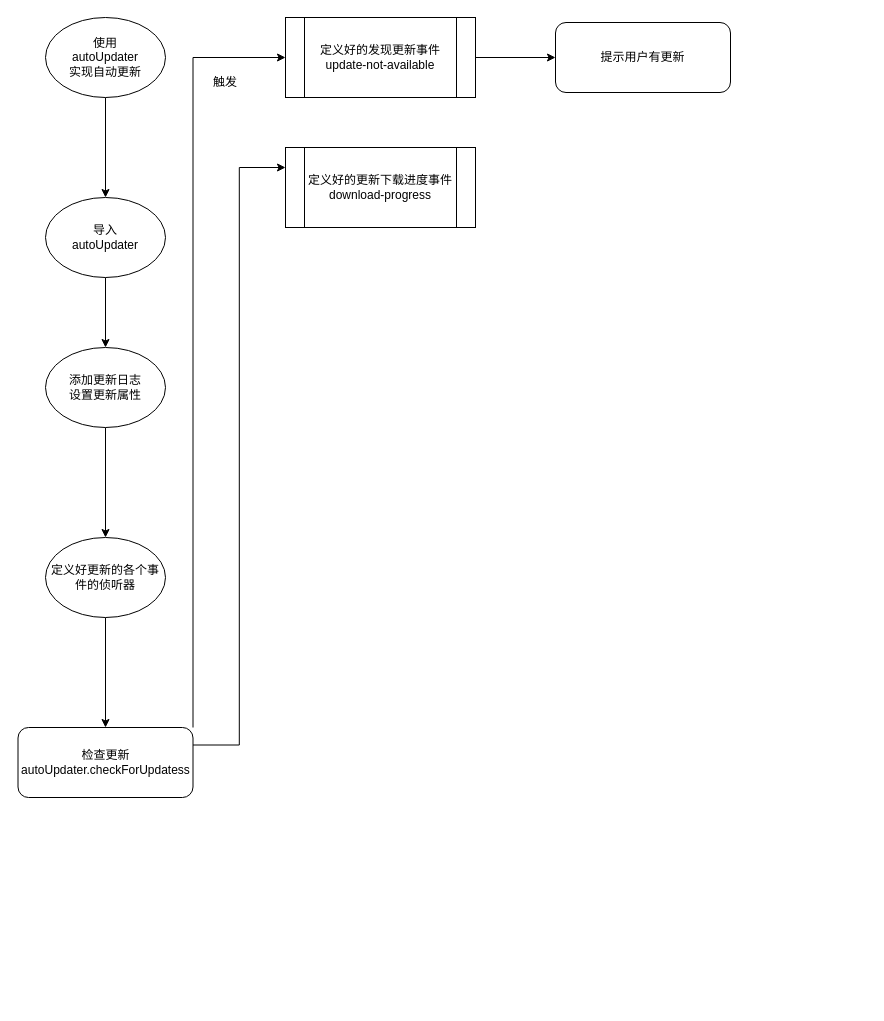
Before: 流程图/electron自动更新插件实现.drawio in bitbw/my-gallery, a draw.io diagram. Source tidied: cells renumbered, new cells numbered last; positions are measured from the earlier drawing's top-left corner, leaving out a move shared by most shapes. Both pictures are drawn from the tidied source at 100%, with x=0, y=0 at pixel (17, 17).
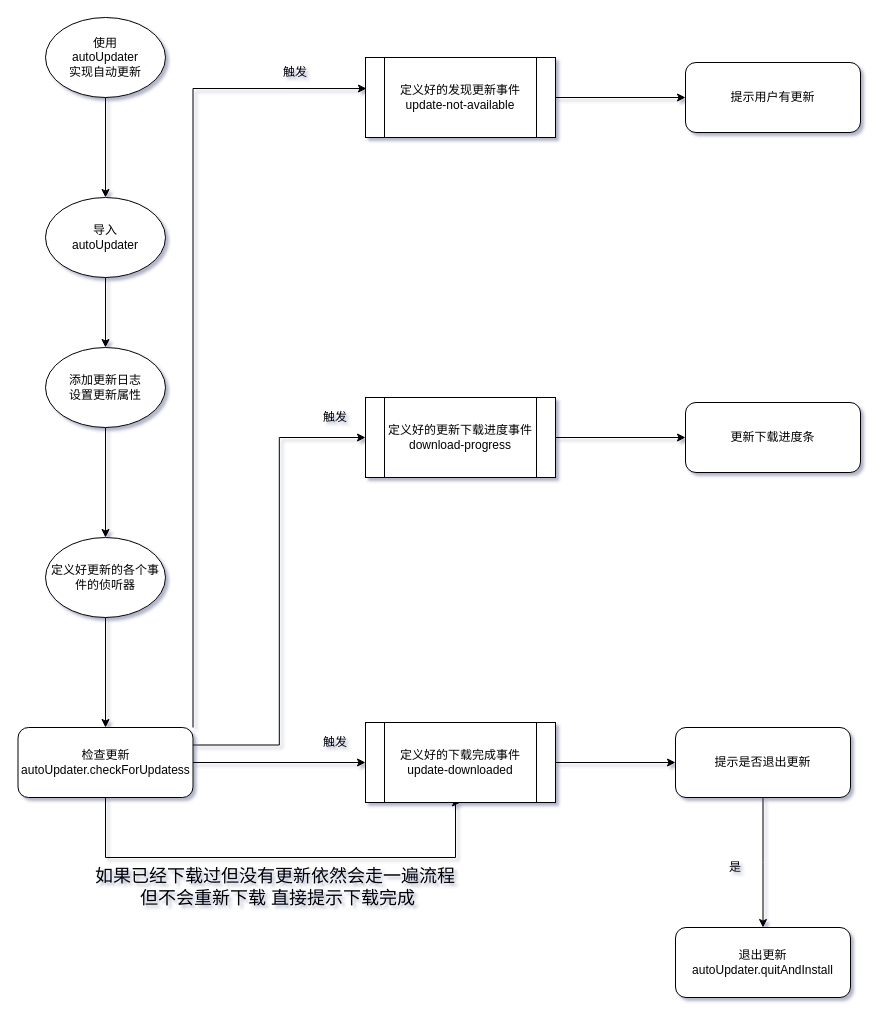
Above is the later version.

Commit message (it also covers changes not shown here):
更新electron自动更新插件实现.drawio

Unchanged cells that the change refers to:
```xml
<mxCell id="12" value="检查更新&lt;br&gt;autoUpdater.checkForUpdatess" style="rounded=1;whiteSpace=wrap;html=1;" parent="1" vertex="1">
  <mxGeometry x="0.5" y="710" width="175" height="70" as="geometry" />
</mxCell>
```

Diff of the diagram source:
```diff
@@
-<mxGraphModel>
+<mxGraphModel shadow="1">
@@
     <mxCell id="9" value="定义好的发现更新事件&lt;br&gt;update-not-available" style="shape=process;whiteSpace=wrap;html=1;backgroundOutline=1;rounded=0;" parent="1" vertex="1">
-      <mxGeometry x="268" width="190" height="80" as="geometry" />
+      <mxGeometry x="348" y="40" width="190" height="80" as="geometry" />
     </mxCell>
-    <mxCell id="10" style="edgeStyle=orthogonalEdgeStyle;rounded=0;jettySize=auto;html=1;exitX=1;exitY=0;exitDx=0;exitDy=0;entryX=0;entryY=0.5;entryDx=0;entryDy=0;" parent="1" edge="1" source="12" target="9">
+    <mxCell id="10" style="edgeStyle=orthogonalEdgeStyle;rounded=0;jettySize=auto;html=1;exitX=1;exitY=0;exitDx=0;exitDy=0;entryX=0.005;entryY=0.388;entryDx=0;entryDy=0;entryPerimeter=0;" parent="1" edge="1" source="12" target="9">
       <mxGeometry relative="1" as="geometry" />
     </mxCell>
-    <mxCell id="11" style="edgeStyle=orthogonalEdgeStyle;rounded=0;jettySize=auto;html=1;exitX=1;exitY=0.25;exitDx=0;exitDy=0;entryX=0;entryY=0.25;entryDx=0;entryDy=0;" parent="1" edge="1" source="12" target="17">
+    <mxCell id="11" style="edgeStyle=orthogonalEdgeStyle;rounded=0;jettySize=auto;html=1;exitX=1;exitY=0.25;exitDx=0;exitDy=0;entryX=0;entryY=0.5;entryDx=0;entryDy=0;" parent="1" edge="1" source="12" target="17">
       <mxGeometry relative="1" as="geometry" />
     </mxCell>
+    <mxCell id="18" style="edgeStyle=orthogonalEdgeStyle;rounded=0;jettySize=auto;html=1;exitX=1;exitY=0.5;exitDx=0;exitDy=0;entryX=0;entryY=0.5;entryDx=0;entryDy=0;" parent="1" edge="1" source="12" target="23">
+      <mxGeometry relative="1" as="geometry" />
+    </mxCell>
+    <mxCell id="19" style="edgeStyle=orthogonalEdgeStyle;rounded=0;jettySize=auto;html=1;exitX=0.5;exitY=1;exitDx=0;exitDy=0;entryX=0.5;entryY=1;entryDx=0;entryDy=0;" parent="1" edge="1" source="12" target="23">
+      <mxGeometry relative="1" as="geometry">
+        <Array as="points">
+          <mxPoint x="88" y="840" />
+          <mxPoint x="438" y="840" />
+          <mxPoint x="438" y="785" />
+        </Array>
+      </mxGeometry>
+    </mxCell>
@@
     <mxCell id="13" value="触发" style="text;html=1;strokeColor=none;fillColor=none;align=center;verticalAlign=middle;whiteSpace=wrap;rounded=0;" parent="1" vertex="1">
-      <mxGeometry x="188" y="50" width="40" height="30" as="geometry" />
+      <mxGeometry x="258" y="40" width="40" height="30" as="geometry" />
     </mxCell>
     <mxCell id="14" value="提示用户有更新" style="rounded=1;whiteSpace=wrap;html=1;" parent="1" vertex="1">
-      <mxGeometry x="538" y="5" width="175" height="70" as="geometry" />
+      <mxGeometry x="668" y="45" width="175" height="70" as="geometry" />
     </mxCell>
@@
+    <mxCell id="20" style="edgeStyle=orthogonalEdgeStyle;rounded=0;jettySize=auto;html=1;exitX=1;exitY=0.5;exitDx=0;exitDy=0;" parent="1" edge="1" source="17" target="21">
+      <mxGeometry relative="1" as="geometry" />
+    </mxCell>
     <mxCell id="17" value="定义好的更新下载进度事件&lt;br&gt;download-progress" style="shape=process;whiteSpace=wrap;html=1;backgroundOutline=1;rounded=0;" parent="1" vertex="1">
-      <mxGeometry x="268" y="130" width="190" height="80" as="geometry" />
+      <mxGeometry x="348" y="380" width="190" height="80" as="geometry" />
     </mxCell>
+    <mxCell id="21" value="更新下载进度条" style="rounded=1;whiteSpace=wrap;html=1;" parent="1" vertex="1">
+      <mxGeometry x="668" y="385" width="175" height="70" as="geometry" />
+    </mxCell>
+    <mxCell id="22" style="edgeStyle=orthogonalEdgeStyle;rounded=0;jettySize=auto;html=1;" parent="1" edge="1" source="23" target="25">
+      <mxGeometry relative="1" as="geometry" />
+    </mxCell>
+    <mxCell id="23" value="定义好的下载完成事件&lt;br&gt;update-downloaded" style="shape=process;whiteSpace=wrap;html=1;backgroundOutline=1;rounded=0;" parent="1" vertex="1">
+      <mxGeometry x="348" y="705" width="190" height="80" as="geometry" />
+    </mxCell>
+    <mxCell id="24" style="edgeStyle=orthogonalEdgeStyle;rounded=0;jettySize=auto;html=1;" parent="1" edge="1" source="25">
+      <mxGeometry relative="1" as="geometry">
+        <mxPoint x="745.5" y="910" as="targetPoint" />
+      </mxGeometry>
+    </mxCell>
+    <mxCell id="25" value="提示是否退出更新" style="rounded=1;whiteSpace=wrap;html=1;" parent="1" vertex="1">
+      <mxGeometry x="658" y="710" width="175" height="70" as="geometry" />
+    </mxCell>
+    <mxCell id="26" value="退出更新&lt;br&gt;autoUpdater.quitAndInstall" style="rounded=1;whiteSpace=wrap;html=1;" parent="1" vertex="1">
+      <mxGeometry x="658" y="910" width="175" height="70" as="geometry" />
+    </mxCell>
+    <mxCell id="27" value="触发" style="text;html=1;strokeColor=none;fillColor=none;align=center;verticalAlign=middle;whiteSpace=wrap;rounded=0;" parent="1" vertex="1">
+      <mxGeometry x="298" y="385" width="40" height="30" as="geometry" />
+    </mxCell>
+    <mxCell id="28" value="触发" style="text;html=1;strokeColor=none;fillColor=none;align=center;verticalAlign=middle;whiteSpace=wrap;rounded=0;" parent="1" vertex="1">
+      <mxGeometry x="298" y="710" width="40" height="30" as="geometry" />
+    </mxCell>
+    <mxCell id="29" value="是" style="text;html=1;strokeColor=none;fillColor=none;align=center;verticalAlign=middle;whiteSpace=wrap;rounded=0;" parent="1" vertex="1">
+      <mxGeometry x="698" y="840" width="40" height="20" as="geometry" />
+    </mxCell>
+    <mxCell id="30" value="&lt;font style=&quot;font-size: 18px&quot;&gt;如果已经下载过但没有更新依然会走一遍流程&lt;br&gt;&amp;nbsp;但不会重新下载 直接提示下载完成&lt;/font&gt;" style="text;html=1;strokeColor=none;fillColor=none;align=center;verticalAlign=middle;whiteSpace=wrap;rounded=0;" parent="1" vertex="1">
+      <mxGeometry x="8" y="860" width="500" height="20" as="geometry" />
+    </mxCell>
```
